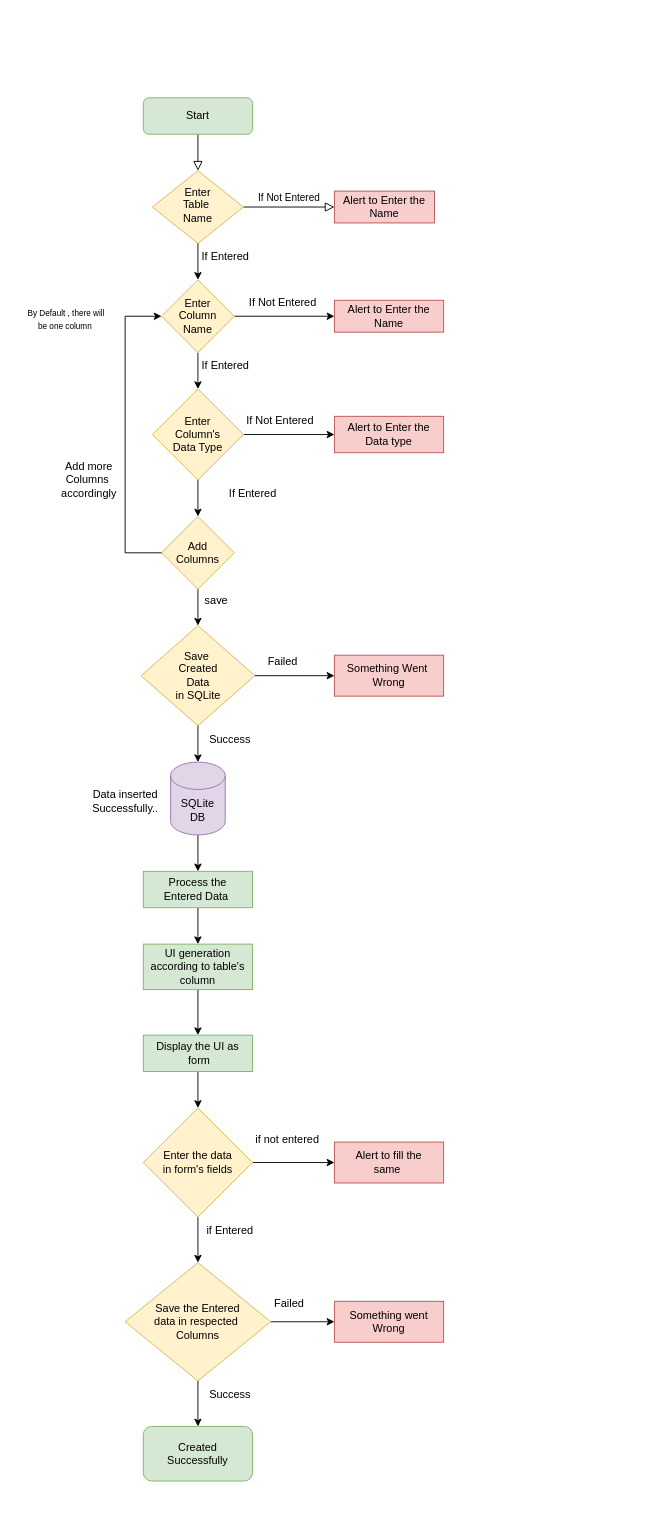
Above: DatabaseCreation.drawio in MohitThakur001/FlowCharts (draw.io), before the change. Source tidied: cells renumbered, new cells numbered last; positions are measured from the earlier drawing's top-left corner, leaving out a move shared by most shapes. Both pictures are drawn from the tidied source at 91%, with x=0, y=0 at pixel (15, 97).
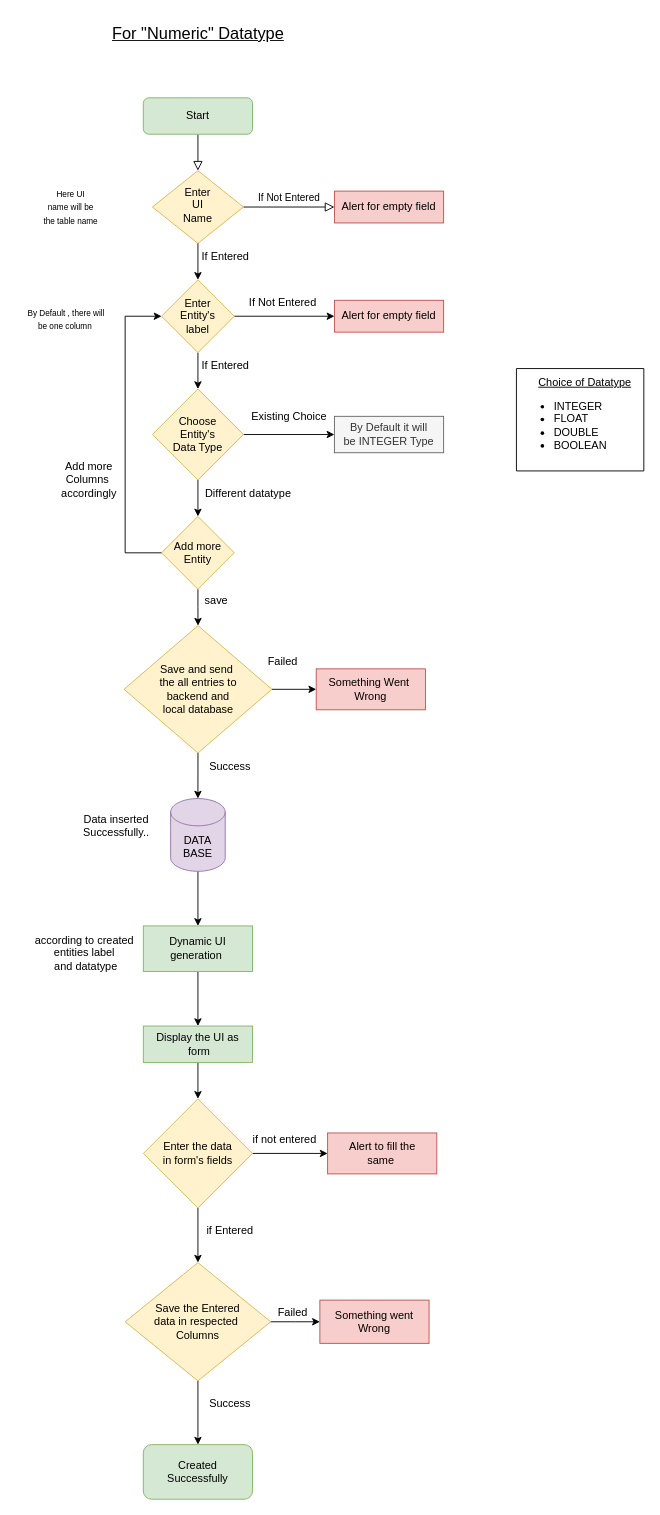
The same page after the edit.

Change to the diagram source:
```diff
@@
-    <mxCell id="5" value="Enter&lt;br&gt;Table&amp;nbsp;&lt;br&gt;Name" style="rhombus;whiteSpace=wrap;html=1;shadow=0;fontFamily=Helvetica;fontSize=12;align=center;strokeWidth=1;spacing=6;spacingTop=-4;fillColor=#fff2cc;strokeColor=#d6b656;" parent="1" vertex="1">
+    <mxCell id="5" value="Enter&lt;br&gt;UI&lt;br&gt;Name" style="rhombus;whiteSpace=wrap;html=1;shadow=0;fontFamily=Helvetica;fontSize=12;align=center;strokeWidth=1;spacing=6;spacingTop=-4;fillColor=#fff2cc;strokeColor=#d6b656;" parent="1" vertex="1">
       <mxGeometry x="150" y="80" width="100" height="80" as="geometry" />
     </mxCell>
@@
-    <mxCell id="10" value="Enter &lt;br&gt;Column &lt;br&gt;Name" style="rhombus;whiteSpace=wrap;html=1;fillColor=#fff2cc;strokeColor=#d6b656;" parent="1" vertex="1">
+    <mxCell id="10" value="Enter &lt;br&gt;Entity's&lt;br&gt;label" style="rhombus;whiteSpace=wrap;html=1;fillColor=#fff2cc;strokeColor=#d6b656;" parent="1" vertex="1">
       <mxGeometry x="160" y="200" width="80" height="80" as="geometry" />
     </mxCell>
-    <mxCell id="11" value="Alert to Enter the Name" style="whiteSpace=wrap;html=1;fillColor=#f8cecc;strokeColor=#b85450;" parent="1" vertex="1">
+    <mxCell id="11" value="Alert for empty field" style="whiteSpace=wrap;html=1;fillColor=#f8cecc;strokeColor=#b85450;" parent="1" vertex="1">
       <mxGeometry x="350" y="222.5" width="120" height="35" as="geometry" />
     </mxCell>
-    <mxCell id="12" value="Alert to Enter the Name" style="rounded=0;whiteSpace=wrap;html=1;fillColor=#f8cecc;strokeColor=#b85450;" parent="1" vertex="1">
-      <mxGeometry x="350" y="102.5" width="110" height="35" as="geometry" />
+    <mxCell id="12" value="Alert for empty field" style="rounded=0;whiteSpace=wrap;html=1;fillColor=#f8cecc;strokeColor=#b85450;" parent="1" vertex="1">
+      <mxGeometry x="350" y="102.5" width="120" height="35" as="geometry" />
     </mxCell>
@@
-    <mxCell id="17" value="Enter&lt;br&gt;Column's&lt;br&gt;Data Type" style="rhombus;whiteSpace=wrap;html=1;fillColor=#fff2cc;strokeColor=#d6b656;" parent="1" vertex="1">
+    <mxCell id="17" value="Choose&lt;br&gt;Entity's&lt;br&gt;Data Type" style="rhombus;whiteSpace=wrap;html=1;fillColor=#fff2cc;strokeColor=#d6b656;" parent="1" vertex="1">
       <mxGeometry x="150" y="320" width="100" height="100" as="geometry" />
     </mxCell>
@@
-    <mxCell id="19" value="Alert to Enter the Data type" style="whiteSpace=wrap;html=1;fillColor=#f8cecc;strokeColor=#b85450;" parent="1" vertex="1">
+    <mxCell id="19" value="By Default it will be&amp;nbsp;INTEGER Type" style="whiteSpace=wrap;html=1;fillColor=#f5f5f5;strokeColor=#666666;fontColor=#333333;" parent="1" vertex="1">
       <mxGeometry x="350" y="350" width="120" height="40" as="geometry" />
     </mxCell>
-    <mxCell id="20" value="If Not Entered" style="text;html=1;align=center;verticalAlign=middle;strokeColor=none;fillColor=none;" parent="1" vertex="1">
-      <mxGeometry x="240" y="340" width="100" height="30" as="geometry" />
+    <mxCell id="20" value="Existing Choice" style="text;html=1;align=center;verticalAlign=middle;strokeColor=none;fillColor=none;" parent="1" vertex="1">
+      <mxGeometry x="245" y="335" width="110" height="30" as="geometry" />
     </mxCell>
-    <mxCell id="21" value="If Entered" style="text;html=1;align=center;verticalAlign=middle;strokeColor=none;fillColor=none;" parent="1" vertex="1">
-      <mxGeometry x="220" y="420" width="80" height="30" as="geometry" />
+    <mxCell id="21" value="Different datatype" style="text;html=1;align=center;verticalAlign=middle;strokeColor=none;fillColor=none;" parent="1" vertex="1">
+      <mxGeometry x="195" y="420" width="120" height="30" as="geometry" />
     </mxCell>
@@
-    <mxCell id="23" value="Add &lt;br&gt;Columns" style="rhombus;whiteSpace=wrap;html=1;fillColor=#fff2cc;strokeColor=#d6b656;" parent="1" vertex="1">
+    <mxCell id="23" value="Add more&lt;br&gt;Entity" style="rhombus;whiteSpace=wrap;html=1;fillColor=#fff2cc;strokeColor=#d6b656;" parent="1" vertex="1">
       <mxGeometry x="160" y="460" width="80" height="80" as="geometry" />
     </mxCell>
@@
-    <mxCell id="26" value="Add more &lt;br&gt;Columns&amp;nbsp;&lt;br&gt;accordingly" style="text;html=1;align=center;verticalAlign=middle;strokeColor=none;fillColor=none;" parent="1" vertex="1">
+    <mxCell id="26" value="&lt;font style=&quot;font-size: 12px;&quot;&gt;Add more &lt;br&gt;Columns&amp;nbsp;&lt;br&gt;accordingly&lt;/font&gt;" style="text;html=1;align=center;verticalAlign=middle;strokeColor=none;fillColor=none;" parent="1" vertex="1">
       <mxGeometry x="40" y="390" width="80" height="60" as="geometry" />
     </mxCell>
@@
-    <mxCell id="28" value="Save&amp;nbsp;&lt;br&gt;Created&lt;br&gt;Data&lt;br&gt;in SQLite&lt;br&gt;" style="rhombus;whiteSpace=wrap;html=1;fillColor=#fff2cc;strokeColor=#d6b656;" parent="1" vertex="1">
-      <mxGeometry x="137.5" y="580" width="125" height="110" as="geometry" />
+    <mxCell id="28" value="Save and send&amp;nbsp;&lt;br&gt;the all entries to &lt;br&gt;backend and &lt;br&gt;local database" style="rhombus;whiteSpace=wrap;html=1;fillColor=#fff2cc;strokeColor=#d6b656;" parent="1" vertex="1">
+      <mxGeometry x="118.8" y="580" width="162.5" height="140" as="geometry" />
     </mxCell>
@@
     <mxCell id="30" value="Something Went&amp;nbsp;&lt;br&gt;Wrong" style="whiteSpace=wrap;html=1;fillColor=#f8cecc;strokeColor=#b85450;" parent="1" vertex="1">
-      <mxGeometry x="350" y="612.5" width="120" height="45" as="geometry" />
+      <mxGeometry x="330" y="627.5" width="120" height="45" as="geometry" />
     </mxCell>
     <mxCell id="31" value="Success" style="text;html=1;align=center;verticalAlign=middle;strokeColor=none;fillColor=none;" parent="1" vertex="1">
-      <mxGeometry x="200" y="690" width="70" height="30" as="geometry" />
+      <mxGeometry x="200" y="720" width="70" height="30" as="geometry" />
     </mxCell>
@@
-    <mxCell id="33" style="edgeStyle=orthogonalEdgeStyle;rounded=0;jettySize=auto;html=1;" parent="1" edge="1" source="34" target="38">
+    <mxCell id="33" style="edgeStyle=orthogonalEdgeStyle;rounded=0;jettySize=auto;html=1;entryX=0.5;entryY=0;entryDx=0;entryDy=0;" parent="1" edge="1" source="34" target="40">
       <mxGeometry relative="1" as="geometry" />
     </mxCell>
-    <mxCell id="34" value="SQLite&lt;br&gt;DB" style="shape=cylinder3;whiteSpace=wrap;html=1;boundedLbl=1;backgroundOutline=1;size=15;fillColor=#e1d5e7;strokeColor=#9673a6;" parent="1" vertex="1">
-      <mxGeometry x="170" y="730" width="60" height="80" as="geometry" />
+    <mxCell id="34" value="DATA&lt;br&gt;BASE" style="shape=cylinder3;whiteSpace=wrap;html=1;boundedLbl=1;backgroundOutline=1;size=15;fillColor=#e1d5e7;strokeColor=#9673a6;" parent="1" vertex="1">
+      <mxGeometry x="170" y="770" width="60" height="80" as="geometry" />
     </mxCell>
@@
     <mxCell id="36" value="Data inserted &lt;br&gt;Successfully.." style="text;html=1;align=center;verticalAlign=middle;strokeColor=none;fillColor=none;" parent="1" vertex="1">
-      <mxGeometry x="70" y="753" width="100" height="40" as="geometry" />
+      <mxGeometry x="60" y="780" width="100" height="40" as="geometry" />
     </mxCell>
-    <mxCell id="37" style="edgeStyle=orthogonalEdgeStyle;rounded=0;jettySize=auto;html=1;" parent="1" edge="1" source="38" target="40">
-      <mxGeometry relative="1" as="geometry" />
-    </mxCell>
-    <mxCell id="38" value="Process the &lt;br&gt;Entered Data&amp;nbsp;" style="whiteSpace=wrap;html=1;fillColor=#d5e8d4;strokeColor=#82b366;" parent="1" vertex="1">
-      <mxGeometry x="140" y="850" width="120" height="40" as="geometry" />
-    </mxCell>
@@
-    <mxCell id="40" value="UI generation according to table's column" style="whiteSpace=wrap;html=1;fillColor=#d5e8d4;strokeColor=#82b366;" parent="1" vertex="1">
-      <mxGeometry x="140" y="930" width="120" height="50" as="geometry" />
+    <mxCell id="40" value="Dynamic UI generation&amp;nbsp;" style="whiteSpace=wrap;html=1;fillColor=#d5e8d4;strokeColor=#82b366;" parent="1" vertex="1">
+      <mxGeometry x="140" y="910" width="120" height="50" as="geometry" />
     </mxCell>
@@
     <mxCell id="42" value="Display the UI as&lt;br&gt;&amp;nbsp;form" style="whiteSpace=wrap;html=1;fillColor=#d5e8d4;strokeColor=#82b366;" parent="1" vertex="1">
-      <mxGeometry x="140" y="1030" width="120" height="40" as="geometry" />
+      <mxGeometry x="140" y="1020" width="120" height="40" as="geometry" />
     </mxCell>
@@
     <mxCell id="45" value="Enter the data&lt;br&gt;in form's fields" style="rhombus;whiteSpace=wrap;html=1;fillColor=#fff2cc;strokeColor=#d6b656;" parent="1" vertex="1">
-      <mxGeometry x="140" y="1110" width="120" height="120" as="geometry" />
+      <mxGeometry x="140" y="1100" width="120" height="120" as="geometry" />
     </mxCell>
     <mxCell id="46" value="Alert to fill the &lt;br&gt;same&amp;nbsp;" style="whiteSpace=wrap;html=1;fillColor=#f8cecc;strokeColor=#b85450;" parent="1" vertex="1">
-      <mxGeometry x="350" y="1147.5" width="120" height="45" as="geometry" />
+      <mxGeometry x="342.5" y="1137.5" width="120" height="45" as="geometry" />
     </mxCell>
     <mxCell id="47" value="if not entered" style="text;html=1;align=center;verticalAlign=middle;strokeColor=none;fillColor=none;" parent="1" vertex="1">
-      <mxGeometry x="252.5" y="1130" width="90" height="30" as="geometry" />
+      <mxGeometry x="250" y="1130" width="90" height="30" as="geometry" />
     </mxCell>
@@
     <mxCell id="52" value="Something went&lt;br&gt;Wrong" style="whiteSpace=wrap;html=1;fillColor=#f8cecc;strokeColor=#b85450;" parent="1" vertex="1">
-      <mxGeometry x="350" y="1322.5" width="120" height="45" as="geometry" />
+      <mxGeometry x="334" y="1321.2" width="120" height="47.5" as="geometry" />
     </mxCell>
     <mxCell id="53" value="Success" style="text;html=1;align=center;verticalAlign=middle;strokeColor=none;fillColor=none;" parent="1" vertex="1">
-      <mxGeometry x="200" y="1410" width="70" height="30" as="geometry" />
+      <mxGeometry x="200" y="1420" width="70" height="30" as="geometry" />
     </mxCell>
     <mxCell id="54" value="Failed" style="text;html=1;align=center;verticalAlign=middle;strokeColor=none;fillColor=none;" parent="1" vertex="1">
-      <mxGeometry x="270" y="1310" width="60" height="30" as="geometry" />
+      <mxGeometry x="274" y="1320" width="60" height="30" as="geometry" />
     </mxCell>
     <mxCell id="55" value="Created &lt;br&gt;Successfully" style="rounded=1;whiteSpace=wrap;html=1;fillColor=#d5e8d4;strokeColor=#82b366;" parent="1" vertex="1">
-      <mxGeometry x="140" y="1460" width="120" height="60" as="geometry" />
+      <mxGeometry x="140" y="1480" width="120" height="60" as="geometry" />
     </mxCell>
+    <mxCell id="56" value="&lt;font style=&quot;font-size: 9px;&quot;&gt;Here UI &lt;br&gt;name will be &lt;br&gt;the table name&lt;/font&gt;" style="text;html=1;align=center;verticalAlign=middle;strokeColor=none;fillColor=none;" parent="1" vertex="1">
+      <mxGeometry x="20" y="90" width="80" height="60" as="geometry" />
+    </mxCell>
+    <mxCell id="57" style="swimlane;startSize=0;" parent="1" vertex="1">
+      <mxGeometry x="550" y="297.5" width="140" height="112.5" as="geometry" />
+    </mxCell>
+    <mxCell id="58" value="&lt;u&gt;Choice of Datatype&lt;/u&gt;" style="text;html=1;align=center;verticalAlign=middle;strokeColor=none;fillColor=none;" parent="57" vertex="1">
+      <mxGeometry x="10" width="130" height="30" as="geometry" />
+    </mxCell>
+    <mxCell id="59" value="&lt;ul&gt;&lt;li style=&quot;text-align: left;&quot;&gt;INTEGER&lt;br&gt;&lt;/li&gt;&lt;li style=&quot;text-align: left;&quot;&gt;FLOAT&lt;br&gt;&lt;/li&gt;&lt;li style=&quot;text-align: left;&quot;&gt;DOUBLE&lt;/li&gt;&lt;li style=&quot;text-align: left;&quot;&gt;BOOLEAN&lt;/li&gt;&lt;/ul&gt;" style="text;html=1;align=center;verticalAlign=middle;strokeColor=none;fillColor=none;" parent="57" vertex="1">
+      <mxGeometry x="-10" y="12.5" width="120" height="100" as="geometry" />
+    </mxCell>
+    <mxCell id="60" value="according to created &lt;br&gt;entities label&lt;br&gt;&amp;nbsp;and datatype" style="text;html=1;align=center;verticalAlign=middle;strokeColor=none;fillColor=none;" parent="1" vertex="1">
+      <mxGeometry x="10" y="910" width="130" height="60" as="geometry" />
+    </mxCell>
+    <mxCell id="61" value="&lt;font style=&quot;font-size: 18px;&quot;&gt;&lt;u&gt;For &quot;Numeric&quot; Datatype&lt;/u&gt;&lt;/font&gt;" style="text;html=1;align=center;verticalAlign=middle;strokeColor=none;fillColor=none;" parent="1" vertex="1">
+      <mxGeometry x="95" y="-90" width="210" height="40" as="geometry" />
+    </mxCell>
```
